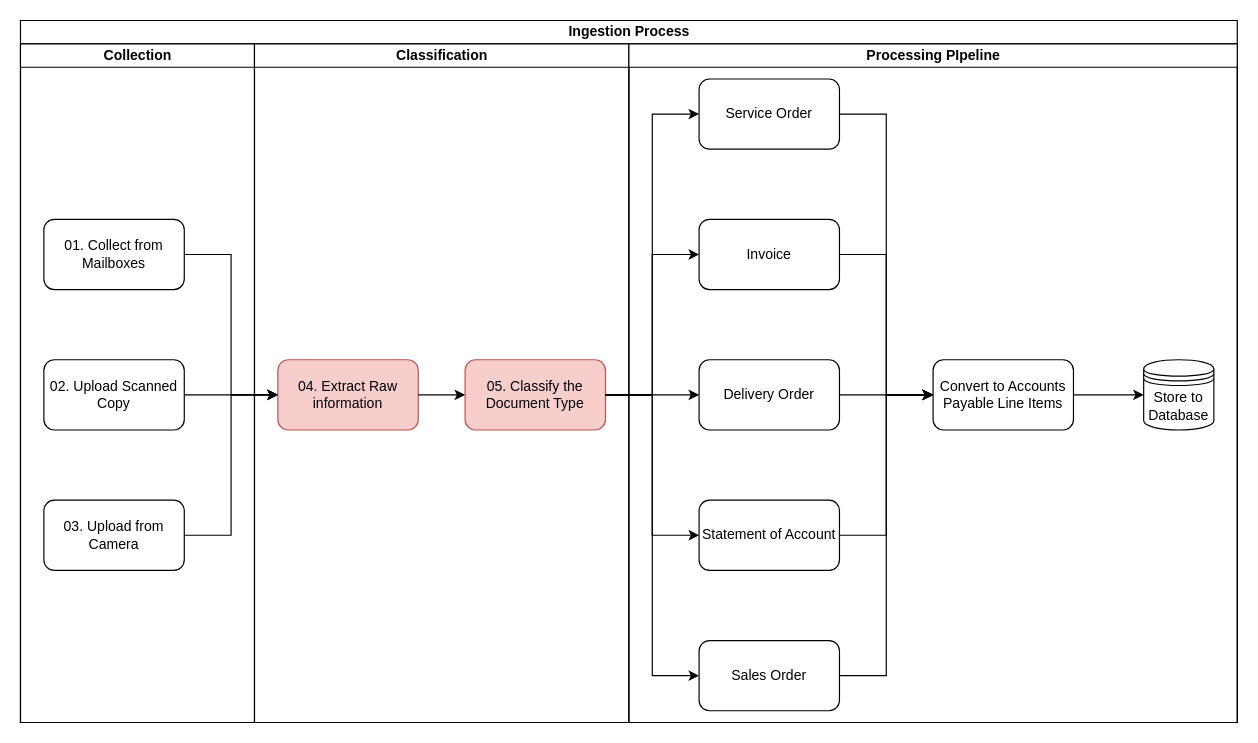
This is page "process flows" (1 of 3) of docs/planning/smu-igd-ilp.drawio from atmichael/smu-igd-ilp-2026, a draw.io file, before an edit. Source tidied: cells renumbered, new cells numbered last; positions are measured from the earlier drawing's top-left corner, leaving out a move shared by most shapes. Both pictures are drawn from the tidied source at 117%, with x=0, y=0 at pixel (20, 20).
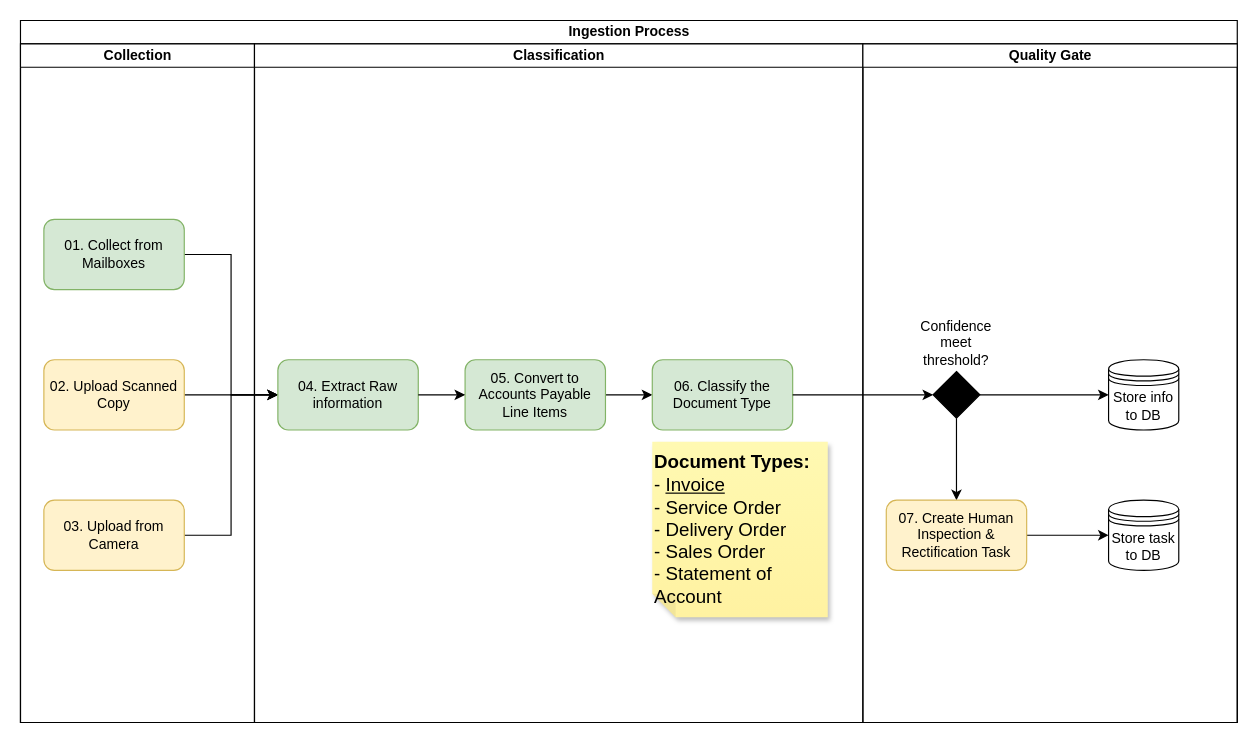
Above is the later version.

Unchanged cells that the change refers to:
```xml
<mxCell id="2" value="Ingestion Process" style="swimlane;startSize=20;html=1;" parent="1" vertex="1">
  <mxGeometry width="1040" height="600" as="geometry" />
</mxCell>
```

Change to the diagram source:
```diff
@@
     <mxCell id="4" value="Classification" style="swimlane;startSize=20;html=1;" parent="2" vertex="1">
-      <mxGeometry x="200" y="20" width="320" height="580" as="geometry" />
+      <mxGeometry x="200" y="20" width="520" height="580" as="geometry" />
     </mxCell>
-    <mxCell id="5" value="04. Extract Raw information" style="rounded=1;whiteSpace=wrap;html=1;fillColor=#f8cecc;strokeColor=#b85450;" parent="4" vertex="1">
-      <mxGeometry x="20" y="270" width="120" height="60" as="geometry" />
-    </mxCell>
-    <mxCell id="6" value="05. &lt;span style=&quot;background-color: transparent; color: light-dark(rgb(0, 0, 0), rgb(255, 255, 255));&quot;&gt;Classify the Document Type&lt;/span&gt;" style="rounded=1;whiteSpace=wrap;html=1;fillColor=#f8cecc;strokeColor=#b85450;" parent="4" vertex="1">
-      <mxGeometry x="180" y="270" width="120" height="60" as="geometry" />
-    </mxCell>
-    <mxCell id="7" value="Service Order" style="rounded=1;whiteSpace=wrap;html=1;" parent="4" vertex="1">
-      <mxGeometry x="380" y="30" width="120" height="60" as="geometry" />
-    </mxCell>
-    <mxCell id="8" value="Invoice" style="rounded=1;whiteSpace=wrap;html=1;" parent="4" vertex="1">
-      <mxGeometry x="380" y="150" width="120" height="60" as="geometry" />
-    </mxCell>
-    <mxCell id="9" value="Delivery Order" style="rounded=1;whiteSpace=wrap;html=1;" parent="4" vertex="1">
-      <mxGeometry x="380" y="270" width="120" height="60" as="geometry" />
-    </mxCell>
-    <mxCell id="10" value="Statement of Account" style="rounded=1;whiteSpace=wrap;html=1;" parent="4" vertex="1">
-      <mxGeometry x="380" y="390" width="120" height="60" as="geometry" />
-    </mxCell>
-    <mxCell id="11" value="Sales Order" style="rounded=1;whiteSpace=wrap;html=1;" parent="4" vertex="1">
-      <mxGeometry x="380" y="510" width="120" height="60" as="geometry" />
-    </mxCell>
-    <mxCell id="12" value="Convert to Accounts Payable Line Items" style="whiteSpace=wrap;html=1;rounded=1;" parent="4" vertex="1">
-      <mxGeometry x="580" y="270" width="120" height="60" as="geometry" />
-    </mxCell>
-    <mxCell id="13" style="edgeStyle=orthogonalEdgeStyle;rounded=0;jettySize=auto;html=1;fontFamily=Helvetica;fontSize=12;fontColor=default;" parent="4" edge="1" source="5" target="6">
-      <mxGeometry relative="1" as="geometry" />
+    <mxCell id="13" style="edgeStyle=orthogonalEdgeStyle;rounded=0;orthogonalLoop=1;jettySize=auto;html=1;fontFamily=Helvetica;fontSize=12;fontColor=default;" parent="4" edge="1">
+      <mxGeometry relative="1" as="geometry">
+        <mxPoint x="140" y="300" as="sourcePoint" />
+      </mxGeometry>
     </mxCell>
-    <mxCell id="14" style="edgeStyle=orthogonalEdgeStyle;rounded=0;jettySize=auto;html=1;entryX=0;entryY=0.5;entryDx=0;entryDy=0;fontFamily=Helvetica;fontSize=12;fontColor=default;" parent="4" edge="1" source="6" target="7">
-      <mxGeometry relative="1" as="geometry" />
+    <mxCell id="14" style="edgeStyle=orthogonalEdgeStyle;rounded=0;orthogonalLoop=1;jettySize=auto;html=1;entryX=0;entryY=0.5;entryDx=0;entryDy=0;fontFamily=Helvetica;fontSize=12;fontColor=default;" parent="4" edge="1">
+      <mxGeometry relative="1" as="geometry">
+        <mxPoint x="300" y="300" as="sourcePoint" />
+      </mxGeometry>
     </mxCell>
-    <mxCell id="15" style="edgeStyle=orthogonalEdgeStyle;rounded=0;jettySize=auto;html=1;entryX=0;entryY=0.5;entryDx=0;entryDy=0;fontFamily=Helvetica;fontSize=12;fontColor=default;" parent="4" edge="1" source="6" target="8">
-      <mxGeometry relative="1" as="geometry" />
+    <mxCell id="15" style="edgeStyle=orthogonalEdgeStyle;rounded=0;orthogonalLoop=1;jettySize=auto;html=1;entryX=0;entryY=0.5;entryDx=0;entryDy=0;fontFamily=Helvetica;fontSize=12;fontColor=default;" parent="4" edge="1">
+      <mxGeometry relative="1" as="geometry">
+        <mxPoint x="300" y="300" as="sourcePoint" />
+      </mxGeometry>
     </mxCell>
-    <mxCell id="16" style="edgeStyle=orthogonalEdgeStyle;rounded=0;jettySize=auto;html=1;fontFamily=Helvetica;fontSize=12;fontColor=default;" parent="4" edge="1" source="6" target="9">
-      <mxGeometry relative="1" as="geometry" />
+    <mxCell id="16" style="edgeStyle=orthogonalEdgeStyle;rounded=0;orthogonalLoop=1;jettySize=auto;html=1;fontFamily=Helvetica;fontSize=12;fontColor=default;" parent="4" edge="1">
+      <mxGeometry relative="1" as="geometry">
+        <mxPoint x="300" y="300" as="sourcePoint" />
+      </mxGeometry>
     </mxCell>
-    <mxCell id="17" style="edgeStyle=orthogonalEdgeStyle;rounded=0;jettySize=auto;html=1;entryX=0;entryY=0.5;entryDx=0;entryDy=0;fontFamily=Helvetica;fontSize=12;fontColor=default;" parent="4" edge="1" source="6" target="10">
-      <mxGeometry relative="1" as="geometry" />
+    <mxCell id="17" style="edgeStyle=orthogonalEdgeStyle;rounded=0;orthogonalLoop=1;jettySize=auto;html=1;entryX=0;entryY=0.5;entryDx=0;entryDy=0;fontFamily=Helvetica;fontSize=12;fontColor=default;" parent="4" edge="1">
+      <mxGeometry relative="1" as="geometry">
+        <mxPoint x="300" y="300" as="sourcePoint" />
+      </mxGeometry>
     </mxCell>
-    <mxCell id="18" style="edgeStyle=orthogonalEdgeStyle;rounded=0;jettySize=auto;html=1;entryX=0;entryY=0.5;entryDx=0;entryDy=0;fontFamily=Helvetica;fontSize=12;fontColor=default;" parent="4" edge="1" source="6" target="11">
-      <mxGeometry relative="1" as="geometry" />
+    <mxCell id="18" style="edgeStyle=orthogonalEdgeStyle;rounded=0;orthogonalLoop=1;jettySize=auto;html=1;entryX=0;entryY=0.5;entryDx=0;entryDy=0;fontFamily=Helvetica;fontSize=12;fontColor=default;" parent="4" edge="1">
+      <mxGeometry relative="1" as="geometry">
+        <mxPoint x="300" y="300" as="sourcePoint" />
+      </mxGeometry>
     </mxCell>
-    <mxCell id="19" style="edgeStyle=orthogonalEdgeStyle;rounded=0;jettySize=auto;html=1;fontFamily=Helvetica;fontSize=12;fontColor=default;entryX=0;entryY=0.5;entryDx=0;entryDy=0;" parent="4" edge="1" source="7" target="12">
-      <mxGeometry relative="1" as="geometry" />
+    <mxCell id="19" style="edgeStyle=orthogonalEdgeStyle;rounded=0;orthogonalLoop=1;jettySize=auto;html=1;fontFamily=Helvetica;fontSize=12;fontColor=default;entryX=0;entryY=0.5;entryDx=0;entryDy=0;" parent="4" edge="1">
+      <mxGeometry relative="1" as="geometry">
+        <mxPoint x="500" y="60" as="sourcePoint" />
+      </mxGeometry>
     </mxCell>
-    <mxCell id="20" style="edgeStyle=orthogonalEdgeStyle;rounded=0;jettySize=auto;html=1;entryX=0;entryY=0.5;entryDx=0;entryDy=0;fontFamily=Helvetica;fontSize=12;fontColor=default;" parent="4" edge="1" source="8" target="12">
-      <mxGeometry relative="1" as="geometry" />
+    <mxCell id="20" style="edgeStyle=orthogonalEdgeStyle;rounded=0;orthogonalLoop=1;jettySize=auto;html=1;entryX=0;entryY=0.5;entryDx=0;entryDy=0;fontFamily=Helvetica;fontSize=12;fontColor=default;" parent="4" edge="1">
+      <mxGeometry relative="1" as="geometry">
+        <mxPoint x="500" y="180" as="sourcePoint" />
+      </mxGeometry>
     </mxCell>
-    <mxCell id="21" style="edgeStyle=orthogonalEdgeStyle;rounded=0;jettySize=auto;html=1;entryX=0;entryY=0.5;entryDx=0;entryDy=0;fontFamily=Helvetica;fontSize=12;fontColor=default;" parent="4" edge="1" source="9" target="12">
-      <mxGeometry relative="1" as="geometry" />
+    <mxCell id="21" style="edgeStyle=orthogonalEdgeStyle;rounded=0;orthogonalLoop=1;jettySize=auto;html=1;entryX=0;entryY=0.5;entryDx=0;entryDy=0;fontFamily=Helvetica;fontSize=12;fontColor=default;" parent="4" edge="1">
+      <mxGeometry relative="1" as="geometry">
+        <mxPoint x="500" y="300" as="sourcePoint" />
+      </mxGeometry>
     </mxCell>
-    <mxCell id="22" style="edgeStyle=orthogonalEdgeStyle;rounded=0;jettySize=auto;html=1;entryX=0;entryY=0.5;entryDx=0;entryDy=0;fontFamily=Helvetica;fontSize=12;fontColor=default;" parent="4" edge="1" source="10" target="12">
-      <mxGeometry relative="1" as="geometry" />
+    <mxCell id="22" style="edgeStyle=orthogonalEdgeStyle;rounded=0;orthogonalLoop=1;jettySize=auto;html=1;entryX=0;entryY=0.5;entryDx=0;entryDy=0;fontFamily=Helvetica;fontSize=12;fontColor=default;" parent="4" edge="1">
+      <mxGeometry relative="1" as="geometry">
+        <mxPoint x="500" y="420" as="sourcePoint" />
+      </mxGeometry>
     </mxCell>
-    <mxCell id="23" style="edgeStyle=orthogonalEdgeStyle;rounded=0;jettySize=auto;html=1;entryX=0;entryY=0.5;entryDx=0;entryDy=0;fontFamily=Helvetica;fontSize=12;fontColor=default;" parent="4" edge="1" source="11" target="12">
-      <mxGeometry relative="1" as="geometry" />
+    <mxCell id="23" style="edgeStyle=orthogonalEdgeStyle;rounded=0;orthogonalLoop=1;jettySize=auto;html=1;entryX=0;entryY=0.5;entryDx=0;entryDy=0;fontFamily=Helvetica;fontSize=12;fontColor=default;" parent="4" edge="1">
+      <mxGeometry relative="1" as="geometry">
+        <mxPoint x="500" y="540" as="sourcePoint" />
+      </mxGeometry>
     </mxCell>
-    <mxCell id="24" value="Processing PIpeline" style="swimlane;startSize=20;html=1;" parent="2" vertex="1">
-      <mxGeometry x="520" y="20" width="520" height="580" as="geometry" />
-    </mxCell>
-    <mxCell id="25" value="Store to Database" style="shape=datastore;whiteSpace=wrap;html=1;" parent="24" vertex="1">
-      <mxGeometry x="440" y="270" width="60" height="60" as="geometry" />
-    </mxCell>
+    <mxCell id="35" style="edgeStyle=orthogonalEdgeStyle;rounded=0;jettySize=auto;html=1;fontFamily=Helvetica;fontSize=12;fontColor=default;" parent="4" edge="1" source="36" target="37">
+      <mxGeometry relative="1" as="geometry" />
+    </mxCell>
+    <mxCell id="36" value="05. Convert to Accounts Payable Line Items" style="whiteSpace=wrap;html=1;rounded=1;fillColor=#d5e8d4;strokeColor=#82b366;" parent="4" vertex="1">
+      <mxGeometry x="180" y="270" width="120" height="60" as="geometry" />
+    </mxCell>
+    <mxCell id="37" value="06. &lt;span style=&quot;background-color: transparent; color: light-dark(rgb(0, 0, 0), rgb(255, 255, 255));&quot;&gt;Classify the Document Type&lt;/span&gt;" style="rounded=1;whiteSpace=wrap;html=1;fillColor=#d5e8d4;strokeColor=#82b366;" parent="4" vertex="1">
+      <mxGeometry x="340" y="270" width="120" height="60" as="geometry" />
+    </mxCell>
+    <mxCell id="38" value="&lt;b&gt;Document Types:&amp;nbsp;&lt;/b&gt;&lt;br&gt;- &lt;u&gt;Invoice&lt;/u&gt;&lt;br&gt;- Service Order&lt;br&gt;- Delivery Order&amp;nbsp;&lt;br&gt;- Sales Order&amp;nbsp;&amp;nbsp;&lt;br&gt;- Statement of Account" style="shape=note;whiteSpace=wrap;html=1;backgroundOutline=1;autosizeText=1;fontColor=#000000;darkOpacity=0.05;fillColor=#FFF9B2;strokeColor=none;fillStyle=solid;fontSize=16;direction=west;gradientDirection=north;gradientColor=#FFF2A1;shadow=1;size=20;align=left;" parent="4" vertex="1">
+      <mxGeometry x="340" y="340" width="150" height="150" as="geometry" />
+    </mxCell>
+    <mxCell id="39" value="Quality Gate" style="swimlane;startSize=20;html=1;" parent="2" vertex="1">
+      <mxGeometry x="720" y="20" width="320" height="580" as="geometry" />
+    </mxCell>
+    <mxCell id="40" style="edgeStyle=orthogonalEdgeStyle;rounded=0;jettySize=auto;html=1;fontFamily=Helvetica;fontSize=12;fontColor=default;" parent="39" edge="1" source="42" target="44">
+      <mxGeometry relative="1" as="geometry" />
+    </mxCell>
+    <mxCell id="41" style="edgeStyle=orthogonalEdgeStyle;rounded=0;jettySize=auto;html=1;entryX=0;entryY=0.5;entryDx=0;entryDy=0;fontFamily=Helvetica;fontSize=12;fontColor=default;" parent="39" edge="1" source="42" target="45">
+      <mxGeometry relative="1" as="geometry" />
+    </mxCell>
+    <mxCell id="42" value="Confidence meet threshold?" style="rhombus;whiteSpace=wrap;html=1;shapeInside=1;labelPosition=center;verticalLabelPosition=top;align=center;verticalAlign=bottom;fillStyle=solid;fillColor=#000000;" parent="39" vertex="1">
+      <mxGeometry x="60" y="280" width="40" height="40" as="geometry" />
+    </mxCell>
+    <mxCell id="43" style="edgeStyle=orthogonalEdgeStyle;rounded=0;jettySize=auto;html=1;entryX=0;entryY=0.5;entryDx=0;entryDy=0;fontFamily=Helvetica;fontSize=12;fontColor=default;" parent="39" edge="1" source="44" target="46">
+      <mxGeometry relative="1" as="geometry" />
+    </mxCell>
+    <mxCell id="44" value="07. Create Human Inspection &amp;amp; Rectification Task" style="rounded=1;whiteSpace=wrap;html=1;fillColor=#fff2cc;strokeColor=#d6b656;" parent="39" vertex="1">
+      <mxGeometry x="20" y="390" width="120" height="60" as="geometry" />
+    </mxCell>
+    <mxCell id="45" value="Store info to DB" style="shape=datastore;whiteSpace=wrap;html=1;" parent="39" vertex="1">
+      <mxGeometry x="210" y="270" width="60" height="60" as="geometry" />
+    </mxCell>
+    <mxCell id="46" value="Store task to DB" style="shape=datastore;whiteSpace=wrap;html=1;" parent="39" vertex="1">
+      <mxGeometry x="210" y="390" width="60" height="60" as="geometry" />
+    </mxCell>
-    <mxCell id="26" style="edgeStyle=orthogonalEdgeStyle;rounded=0;jettySize=auto;html=1;entryX=0;entryY=0.5;entryDx=0;entryDy=0;fontFamily=Helvetica;fontSize=12;fontColor=default;" parent="2" edge="1" source="12" target="25">
-      <mxGeometry relative="1" as="geometry" />
+    <mxCell id="26" style="edgeStyle=orthogonalEdgeStyle;rounded=0;orthogonalLoop=1;jettySize=auto;html=1;entryX=0;entryY=0.5;entryDx=0;entryDy=0;fontFamily=Helvetica;fontSize=12;fontColor=default;" parent="2" edge="1">
+      <mxGeometry relative="1" as="geometry">
+        <mxPoint x="900" y="320" as="sourcePoint" />
+      </mxGeometry>
     </mxCell>
+    <mxCell id="47" style="edgeStyle=orthogonalEdgeStyle;rounded=0;jettySize=auto;html=1;fontFamily=Helvetica;fontSize=12;fontColor=default;" parent="2" edge="1" source="37" target="42">
+      <mxGeometry relative="1" as="geometry" />
+    </mxCell>
@@
-    <mxCell id="29" value="01. Collect from Mailboxes" style="rounded=1;whiteSpace=wrap;html=1;" parent="27" vertex="1">
+    <mxCell id="29" value="01. Collect from Mailboxes" style="rounded=1;whiteSpace=wrap;html=1;fillColor=#d5e8d4;strokeColor=#82b366;" parent="27" vertex="1">
       <mxGeometry x="20" y="170" width="120" height="60" as="geometry" />
     </mxCell>
-    <mxCell id="30" style="edgeStyle=orthogonalEdgeStyle;rounded=0;jettySize=auto;html=1;fontFamily=Helvetica;fontSize=12;fontColor=default;entryX=0;entryY=0.5;entryDx=0;entryDy=0;" parent="27" edge="1" source="31" target="5">
+    <mxCell id="30" style="edgeStyle=orthogonalEdgeStyle;rounded=0;jettySize=auto;html=1;entryX=0;entryY=0.5;entryDx=0;entryDy=0;fontFamily=Helvetica;fontSize=12;fontColor=default;" parent="27" edge="1" source="31" target="5">
       <mxGeometry relative="1" as="geometry" />
     </mxCell>
-    <mxCell id="31" value="02. Upload Scanned Copy" style="rounded=1;whiteSpace=wrap;html=1;" parent="27" vertex="1">
+    <mxCell id="31" value="02. Upload Scanned Copy" style="rounded=1;whiteSpace=wrap;html=1;fillColor=#fff2cc;strokeColor=#d6b656;" parent="27" vertex="1">
       <mxGeometry x="20" y="290" width="120" height="60" as="geometry" />
     </mxCell>
@@
-    <mxCell id="33" value="03. Upload from Camera" style="rounded=1;whiteSpace=wrap;html=1;" parent="27" vertex="1">
+    <mxCell id="33" value="03. Upload from Camera" style="rounded=1;whiteSpace=wrap;html=1;fillColor=#fff2cc;strokeColor=#d6b656;" parent="27" vertex="1">
       <mxGeometry x="20" y="410" width="120" height="60" as="geometry" />
     </mxCell>
-    <mxCell id="34" parent="0" />
+    <mxCell id="5" value="04. Extract Raw information" style="rounded=1;whiteSpace=wrap;html=1;fillColor=#d5e8d4;strokeColor=#82b366;" parent="27" vertex="1">
+      <mxGeometry x="220" y="290" width="120" height="60" as="geometry" />
+    </mxCell>
+    <mxCell id="48" parent="0" />
+    <mxCell id="49" style="edgeStyle=orthogonalEdgeStyle;rounded=0;jettySize=auto;html=1;fontFamily=Helvetica;fontSize=12;fontColor=default;" parent="48" edge="1" source="5" target="36">
+      <mxGeometry relative="1" as="geometry" />
+    </mxCell>
```
